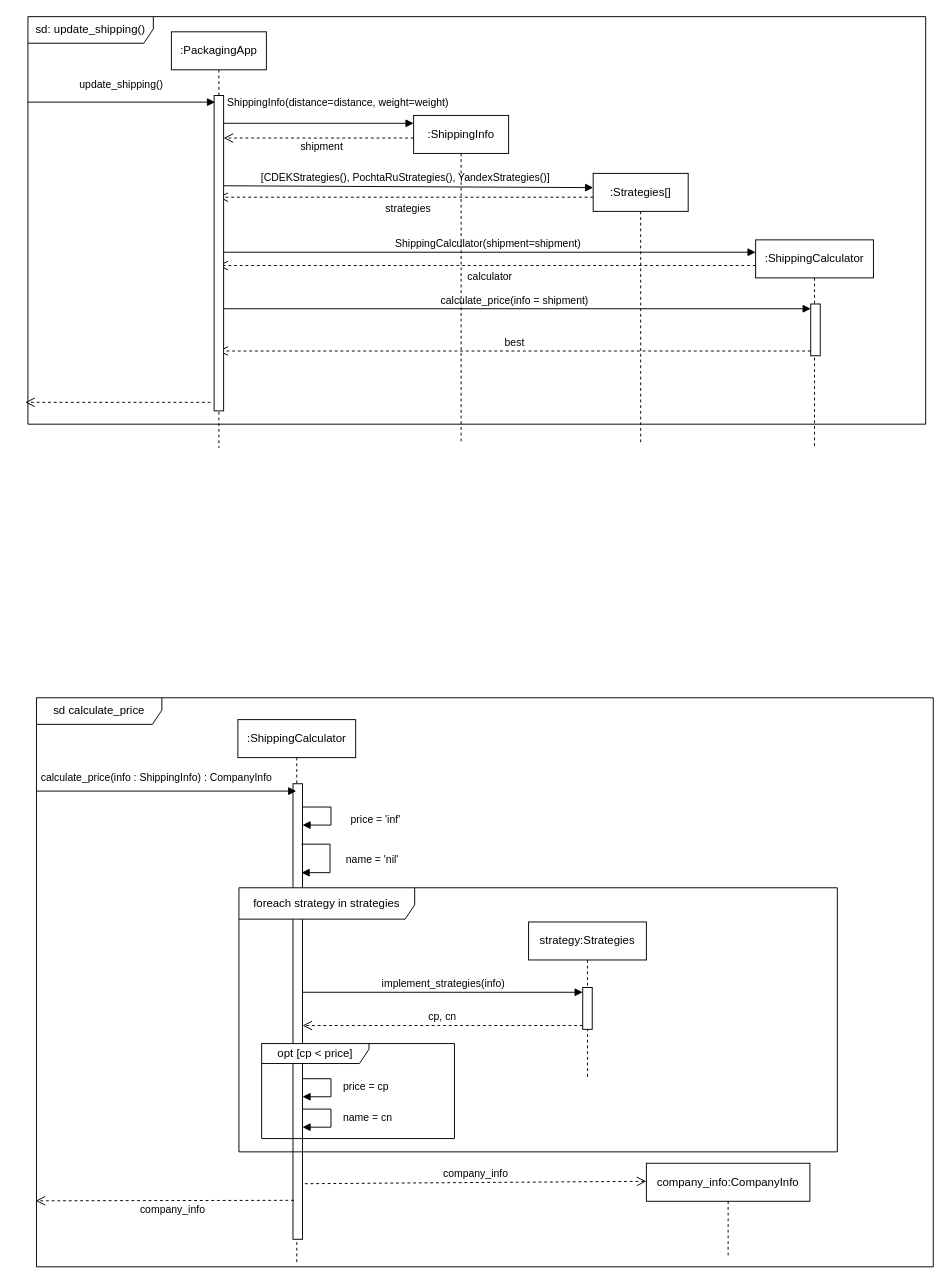
rrenatovich/Object-oriented-analysis-and-design-2 keeps this draw.io diagram as page "Page-2" (2 of 2) of lab 3 - Strategy/shippro.drawio. Above is the earlier version. Source tidied: cells renumbered, new cells numbered last; positions are measured from the earlier drawing's top-left corner, leaving out a move shared by most shapes. Both pictures are drawn from the tidied source at 95%, with x=0, y=0 at pixel (25, 16).
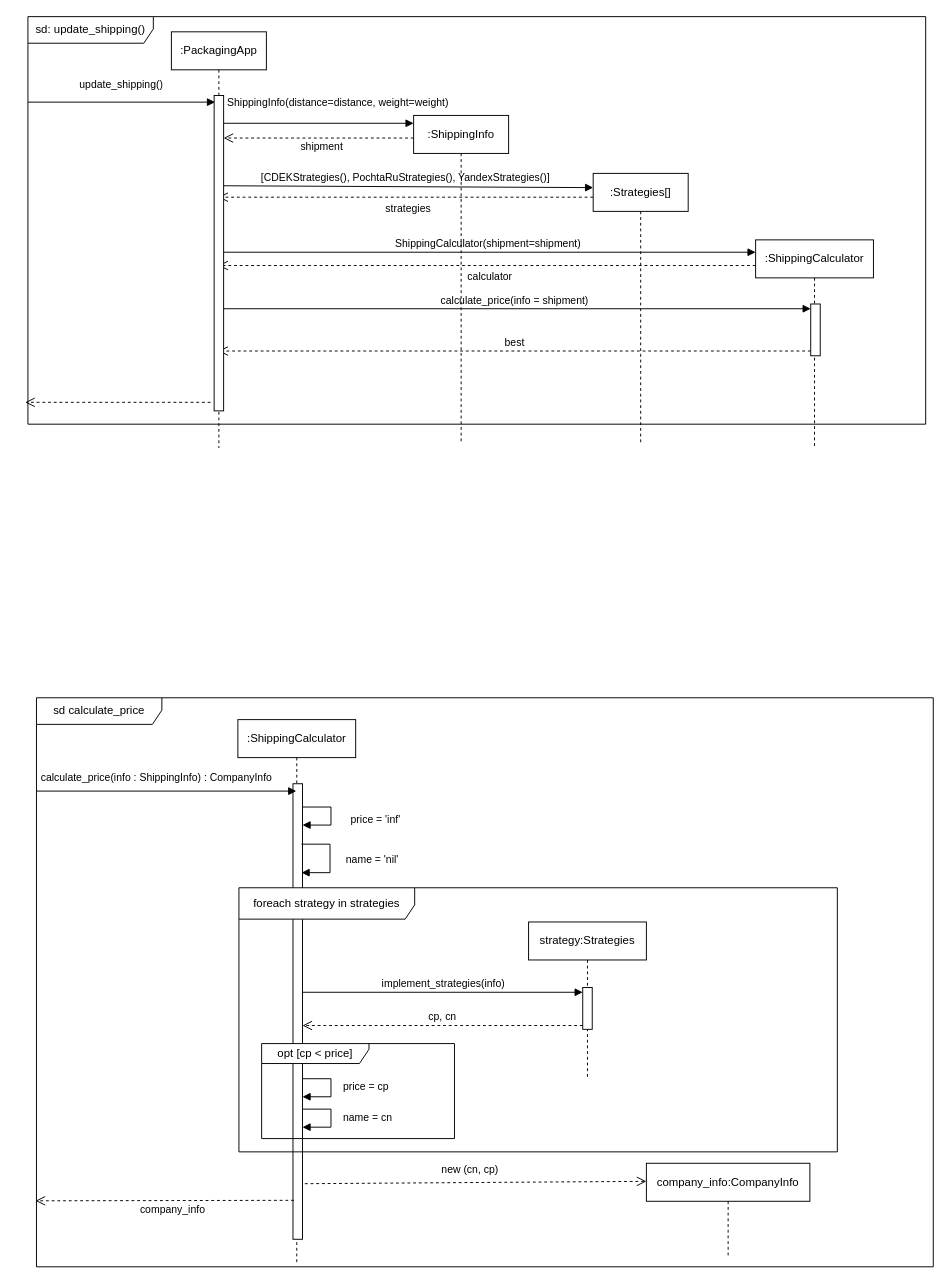
Above is the later version.

Unchanged cells that the change refers to:
```xml
<mxCell id="35" value="company_info:CompanyInfo" style="shape=umlLifeline;perimeter=lifelinePerimeter;whiteSpace=wrap;html=1;outlineConnect=0;portConstraint=eastwest;newEdgeStyle={&quot;curved&quot;:0,&quot;rounded&quot;:0};" parent="1" vertex="1">
  <mxGeometry x="653.9" y="1207" width="172.1" height="100" as="geometry" />
</mxCell>
```

Change to the diagram source:
```diff
@@
-    <mxCell id="30" value="company_info" style="html=1;verticalAlign=bottom;endArrow=open;curved=0;rounded=0;entryX=0;entryY=0.19;entryDx=0;entryDy=0;entryPerimeter=0;dashed=1;endFill=0;startSize=11;endSize=8;" parent="1" edge="1" target="35">
-      <mxGeometry relative="1" as="geometry">
+    <mxCell id="30" value="new (cn, cp)" style="html=1;verticalAlign=bottom;endArrow=open;curved=0;rounded=0;entryX=0;entryY=0.19;entryDx=0;entryDy=0;entryPerimeter=0;dashed=1;endFill=0;startSize=11;endSize=8;" parent="1" edge="1" target="35">
+      <mxGeometry x="-0.03" y="4" relative="1" as="geometry">
         <mxPoint x="294.4" y="1228.5" as="sourcePoint" />
       </mxGeometry>
     </mxCell>
```
